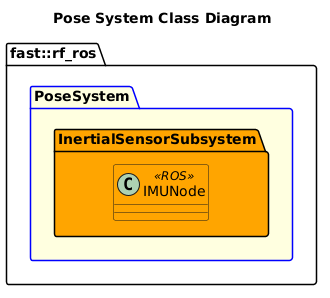
This is Systems/Pose/doc/puml/SystemPosePackageDiagram.png from fastrobotics/robot_framework_ros, a PlantUML export, as it was before one commit. The source it was exported from:
```plantuml
@startuml
title Pose System Class Diagram

namespace fast::rf_ros {
    package PoseSystem #LightYellow;line:blue {
        namespace InertialSensorSubsystem #Orange {
            class IMUNode <<ROS>> #Orange {

            }
        }
    }
}
@enduml
```
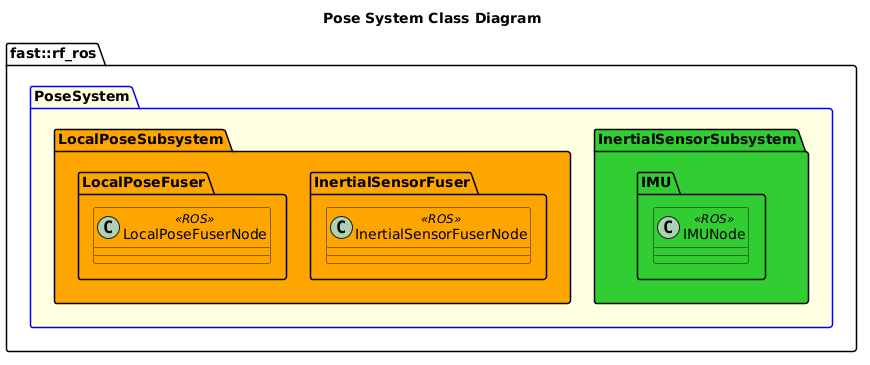
After the commit.

Diff of the diagram source:
```diff
@@ -3,9 +3,23 @@
 
 namespace fast::rf_ros {
     package PoseSystem #LightYellow;line:blue {
-        namespace InertialSensorSubsystem #Orange {
-            class IMUNode <<ROS>> #Orange {
+        namespace InertialSensorSubsystem #LimeGreen {
+            namespace IMU {
+                class IMUNode <<ROS>> #LimeGreen {
 
+                }
+            }
+        }
+        namespace LocalPoseSubsystem #Orange {
+            namespace InertialSensorFuser #Orange {
+                class InertialSensorFuserNode <<ROS>> #Orange {
+
+                }
+            }
+            namespace LocalPoseFuser #Orange {
+                class LocalPoseFuserNode <<ROS>> #Orange {
+
+                }
             }
         }
     }
```
